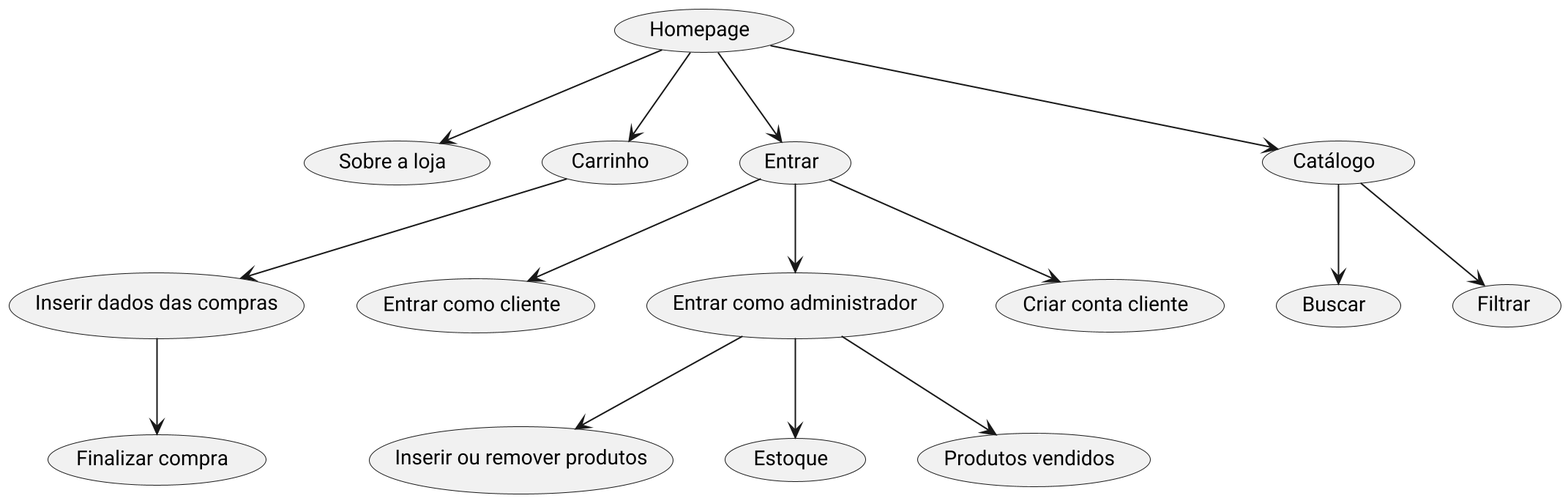
Before: diagrama.png, a diagram exported from PlantUML (GabrielMtins/scc0219web).
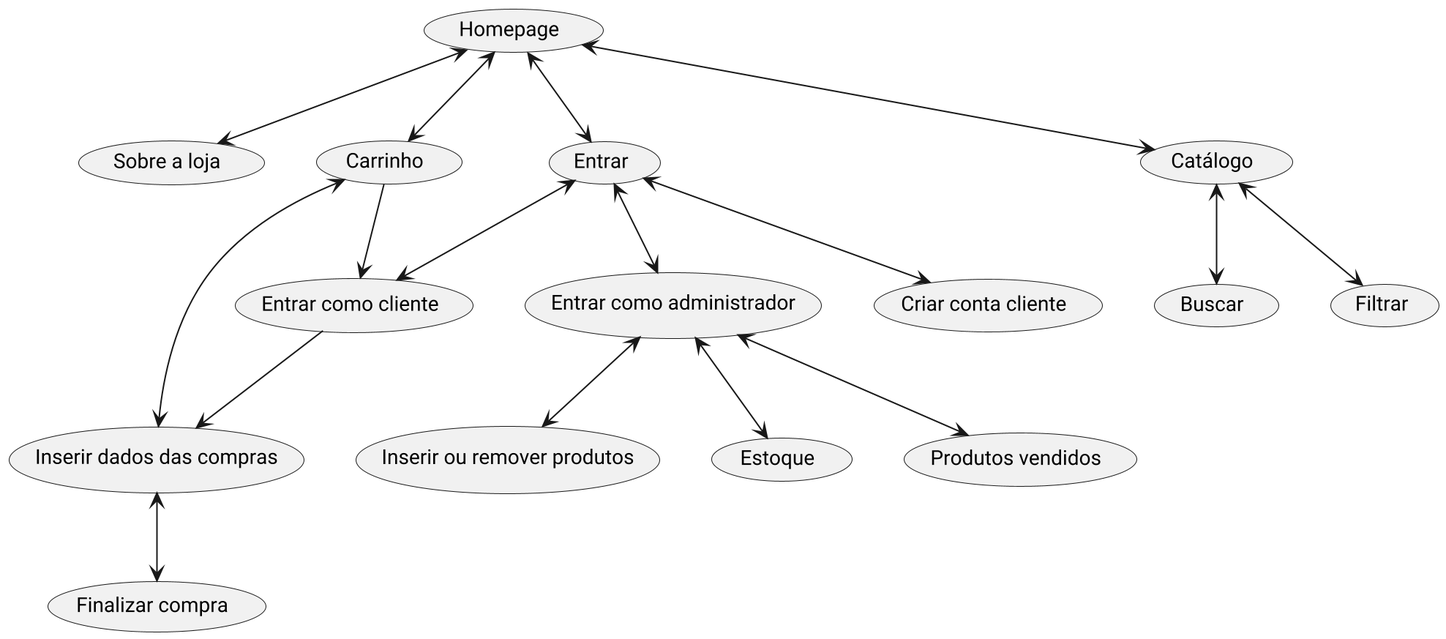
Above is the later version.

Change to the diagram source:
```diff
@@ -18,19 +18,21 @@
 usecase "Produtos vendidos" as prod_vend
 usecase "Catálogo" as compras
 
-home --> login
-login --> login_client
-login --> login_admin
-login --> create_client
-login_admin --> addrem_admin
-login_admin --> estoque
-login_admin --> prod_vend
-home --> about
-home --> compras
-compras --> filtro
-compras --> busca
-home --> carrinho
-carrinho --> dados_compra
-dados_compra --> finalizar_compra
+home <--> login
+login <--> login_client
+login <--> login_admin
+login <--> create_client
+carrinho --> login_client
+login_client --> dados_compra
+login_admin <--> addrem_admin
+login_admin <--> estoque
+login_admin <--> prod_vend
+home <--> about
+home <--> compras
+compras <--> filtro
+compras <--> busca
+home <--> carrinho
+carrinho <--> dados_compra
+dados_compra <--> finalizar_compra
 
 @enduml
```
